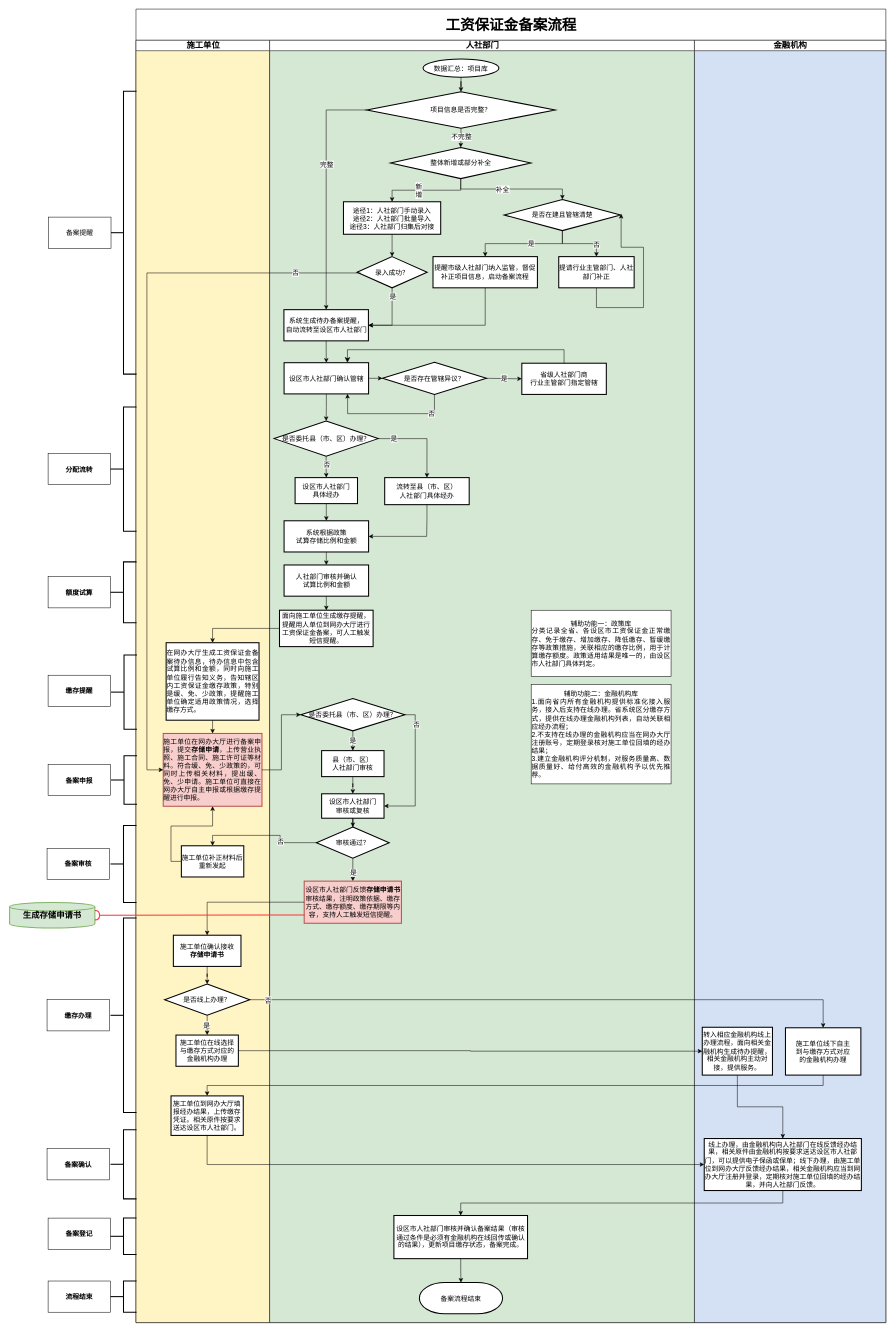
This is page "工资保证金备案流程" (1 of 4) of 农民工工资保证金-第三版.drawio from coderjbin/drawio, a draw.io file, before an edit. Source tidied: cells renumbered, new cells numbered last; positions are measured from the earlier drawing's top-left corner, leaving out a move shared by most shapes. Both pictures are drawn from the tidied source at 52%, with x=0, y=0 at pixel (9, 9).
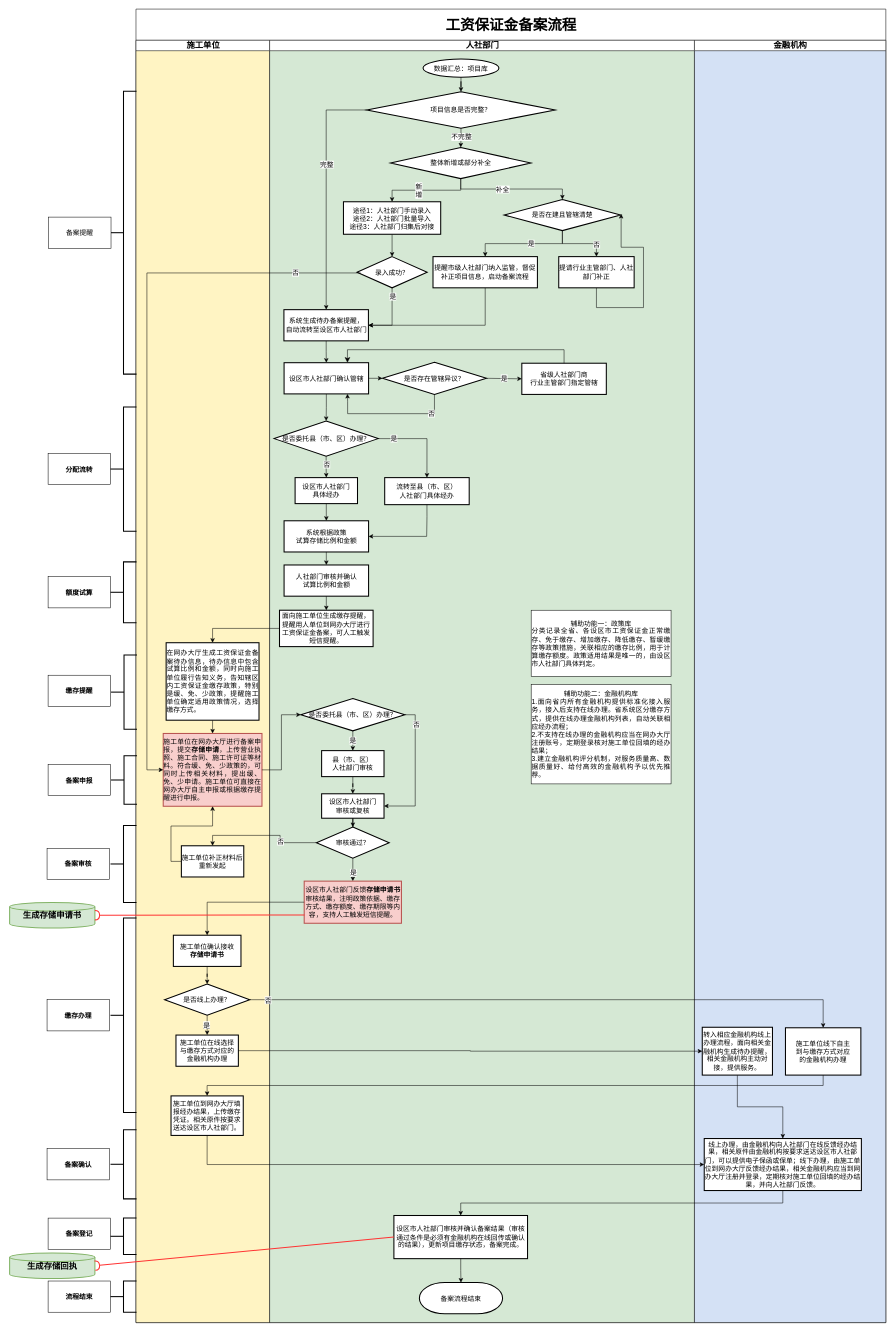
After the change.

Commit message:
更新农民工工资保证金-第三版.drawio

The change refers to these unchanged cells:
```xml
<mxCell id="60" value="&lt;p style=&quot;font-size: 13px;&quot; class=&quot;MsoNormal&quot;&gt;&lt;span style=&quot;font-size: 13px;&quot;&gt;设区市人社部门审核并确认备案结果（审核通过条件是必须有金融机构在线回传或确认的结果），更新项目缴存状态，备案完成。&lt;/span&gt;&lt;/p&gt;" style="whiteSpace=wrap;html=1;strokeWidth=2;rounded=0;fontSize=13;fontFamily=Helvetica;" parent="16" vertex="1">
  <mxGeometry x="239" y="2260" width="257" height="83" as="geometry" />
</mxCell>
```

Diff of the diagram source:
```diff
@@
+    <mxCell id="125" value="&lt;font style=&quot;font-size: 16px;&quot;&gt;&lt;b&gt;&lt;font style=&quot;font-size: 16px;&quot;&gt;生成&lt;/font&gt;&lt;/b&gt;&lt;b&gt;&lt;font style=&quot;font-size: 16px;&quot;&gt;存储回执&lt;/font&gt;&lt;/b&gt;&lt;/font&gt;" style="strokeWidth=2;html=1;shape=mxgraph.flowchart.database;whiteSpace=wrap;fillColor=#d5e8d4;strokeColor=#82b366;" parent="1" vertex="1">
+      <mxGeometry y="2392" width="164" height="49" as="geometry" />
+    </mxCell>
+    <mxCell id="126" style="rounded=0;jettySize=auto;html=1;endArrow=halfCircle;endFill=0;endSize=6;strokeWidth=2;sketch=0;fontSize=12;curved=1;entryX=1;entryY=0.5;entryDx=0;entryDy=0;entryPerimeter=0;exitX=0;exitY=0.5;exitDx=0;exitDy=0;strokeColor=#FF3333;" parent="1" edge="1" source="60" target="125">
+      <mxGeometry relative="1" as="geometry" />
+    </mxCell>
```
